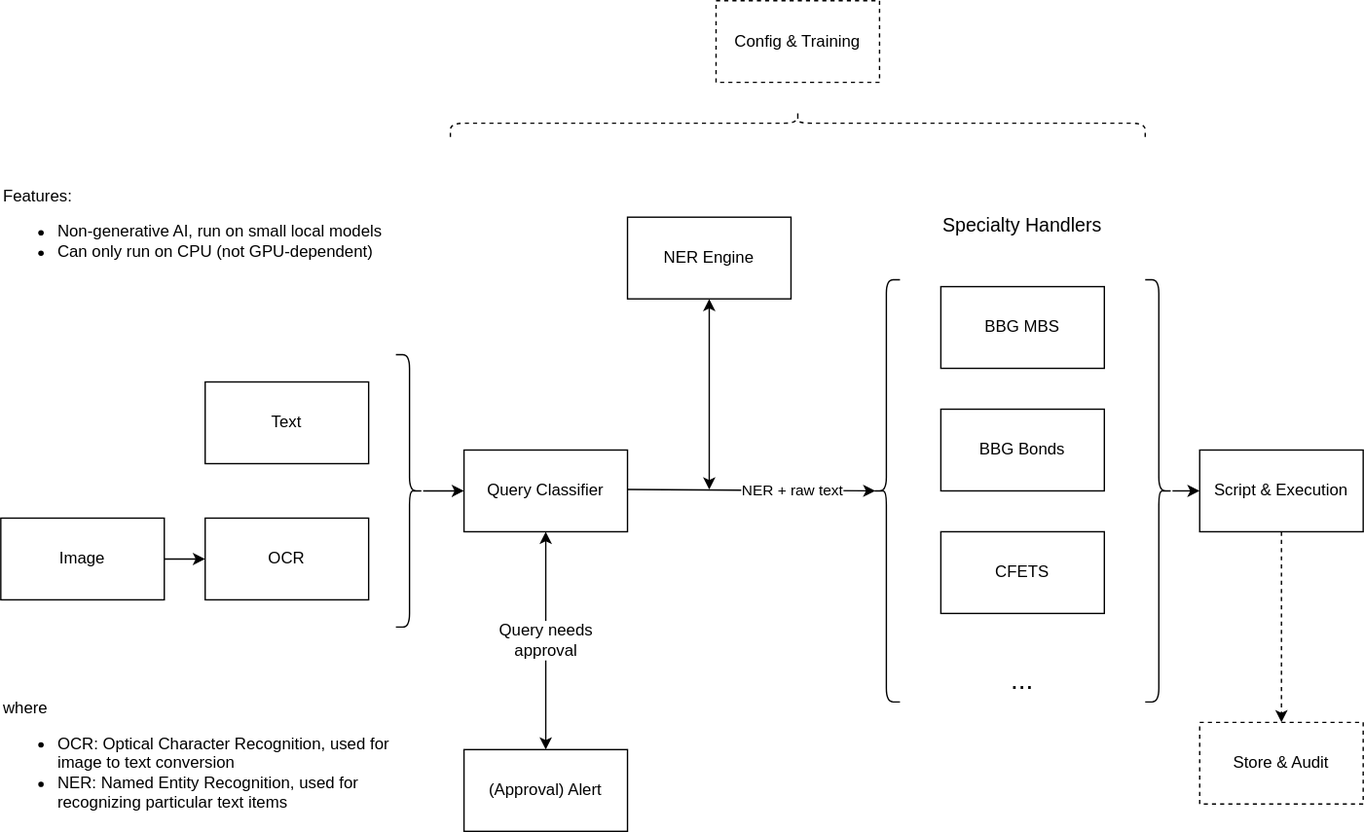
Earlier version of the draw.io export frontend/src/about/architecture.drawio.svg (yuqiii-wang/ocr-sec-info-extract). Source tidied: cells renumbered, new cells last; positions are measured from the earlier drawing's top-left corner, leaving out a move shared by most shapes.
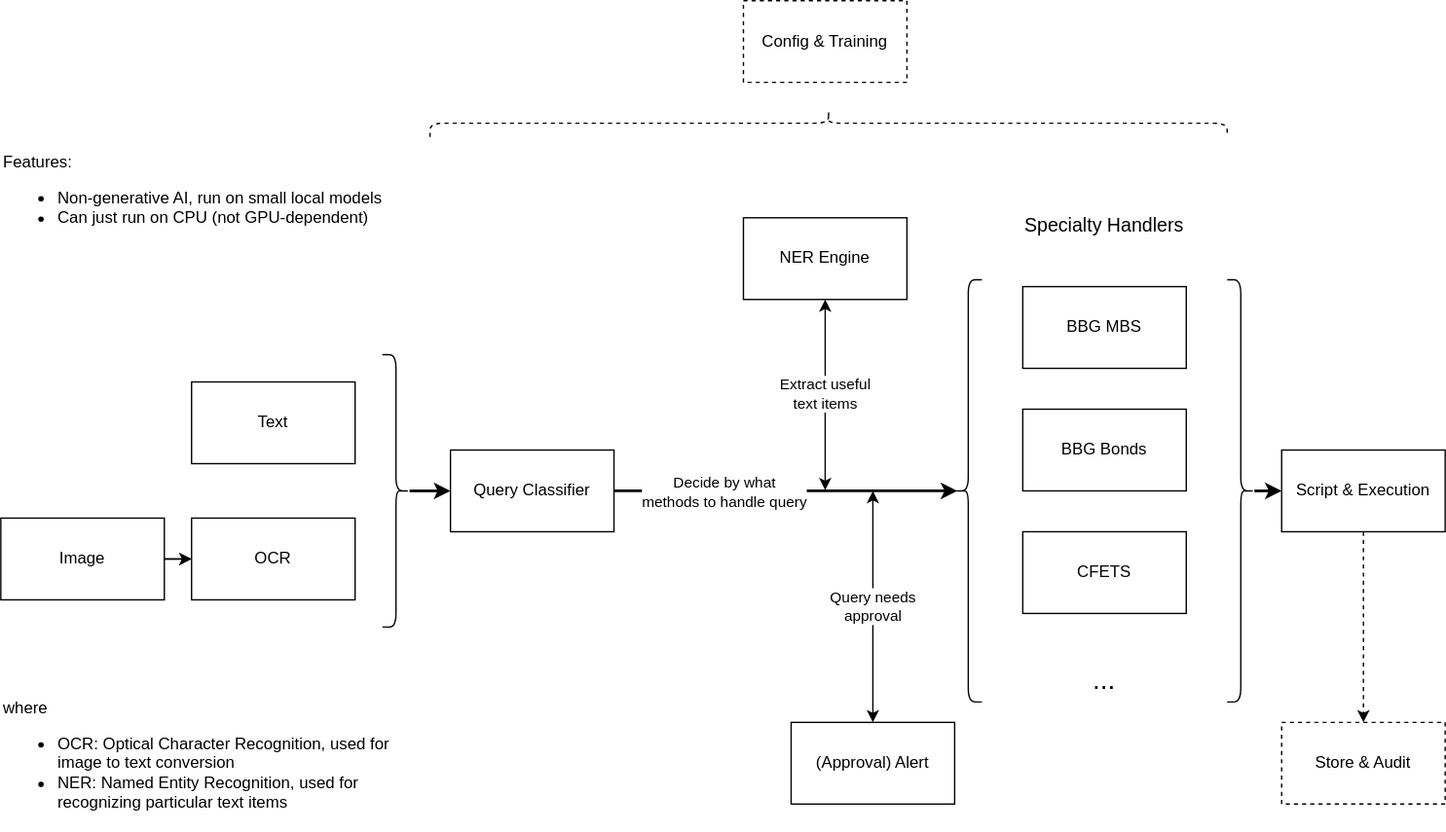
Above is the later version.

Change to the diagram source:
```diff
@@ -4,17 +4,20 @@
     <mxCell id="1" parent="0" />
     <mxCell id="2" style="edgeStyle=none;html=1;fontSize=20;" parent="1" edge="1" target="4">
       <mxGeometry relative="1" as="geometry">
-        <mxPoint x="120" y="575" as="sourcePoint" />
+        <mxPoint x="50" y="575" as="sourcePoint" />
       </mxGeometry>
     </mxCell>
+    <mxCell id="30" style="edgeStyle=none;html=1;labelBackgroundColor=none;strokeWidth=1;fontSize=11;fontColor=#000000;" parent="1" edge="1" source="3" target="4">
+      <mxGeometry relative="1" as="geometry" />
+    </mxCell>
     <mxCell id="3" value="Image" style="rounded=0;whiteSpace=wrap;html=1;" parent="1" vertex="1">
-      <mxGeometry y="545" width="120" height="60" as="geometry" />
+      <mxGeometry x="-60" y="545" width="120" height="60" as="geometry" />
     </mxCell>
     <mxCell id="4" value="OCR" style="rounded=0;whiteSpace=wrap;html=1;" parent="1" vertex="1">
-      <mxGeometry x="150" y="545" width="120" height="60" as="geometry" />
+      <mxGeometry x="80" y="545" width="120" height="60" as="geometry" />
     </mxCell>
     <mxCell id="5" value="Query Classifier" style="rounded=0;whiteSpace=wrap;html=1;" parent="1" vertex="1">
-      <mxGeometry x="340" y="495" width="120" height="60" as="geometry" />
+      <mxGeometry x="270" y="495" width="120" height="60" as="geometry" />
     </mxCell>
     <mxCell id="6" style="shape=curlyBracket;whiteSpace=wrap;html=1;rounded=1;labelPosition=left;verticalLabelPosition=middle;align=right;verticalAlign=middle;" parent="1" vertex="1">
       <mxGeometry x="640" y="370" width="20" height="310" as="geometry" />
@@ -31,7 +34,7 @@
     <mxCell id="10" value="&lt;span style=&quot;font-family: Helvetica; font-style: normal; font-variant-ligatures: normal; font-variant-caps: normal; font-weight: 400; letter-spacing: normal; orphans: 2; text-indent: 0px; text-transform: none; widows: 2; word-spacing: 0px; -webkit-text-stroke-width: 0px; text-decoration-thickness: initial; text-decoration-style: initial; text-decoration-color: initial; float: none; display: inline !important;&quot;&gt;&lt;font color=&quot;#000000&quot; style=&quot;font-size: 20px;&quot;&gt;...&lt;/font&gt;&lt;/span&gt;" style="text;whiteSpace=wrap;html=1;align=center;" parent="1" vertex="1">
       <mxGeometry x="720" y="645" width="60" height="40" as="geometry" />
     </mxCell>
-    <mxCell id="11" style="edgeStyle=none;html=1;fontSize=20;" parent="1" edge="1" source="12" target="14">
+    <mxCell id="11" style="edgeStyle=none;html=1;fontSize=20;strokeWidth=2;" parent="1" edge="1" source="12" target="14">
       <mxGeometry relative="1" as="geometry" />
     </mxCell>
     <mxCell id="12" style="shape=curlyBracket;whiteSpace=wrap;html=1;rounded=1;flipH=1;labelPosition=right;verticalLabelPosition=middle;align=left;verticalAlign=middle;fontSize=20;" parent="1" vertex="1">
@@ -47,51 +50,49 @@
       <mxGeometry x="690" y="315" width="120" height="40" as="geometry" />
     </mxCell>
     <mxCell id="16" value="Text" style="rounded=0;whiteSpace=wrap;html=1;" parent="1" vertex="1">
-      <mxGeometry x="150" y="445" width="120" height="60" as="geometry" />
+      <mxGeometry x="80" y="445" width="120" height="60" as="geometry" />
     </mxCell>
-    <mxCell id="17" style="edgeStyle=none;html=1;" parent="1" edge="1" source="18" target="5">
+    <mxCell id="17" style="edgeStyle=none;html=1;strokeWidth=2;" parent="1" edge="1" source="18" target="5">
       <mxGeometry relative="1" as="geometry" />
     </mxCell>
     <mxCell id="18" style="shape=curlyBracket;whiteSpace=wrap;html=1;rounded=1;flipH=1;labelPosition=right;verticalLabelPosition=middle;align=left;verticalAlign=middle;" parent="1" vertex="1">
-      <mxGeometry x="290" y="425" width="20" height="200" as="geometry" />
+      <mxGeometry x="220" y="425" width="20" height="200" as="geometry" />
     </mxCell>
     <mxCell id="19" value="(Approval) Alert" style="rounded=0;whiteSpace=wrap;html=1;" parent="1" vertex="1">
-      <mxGeometry x="340" y="715" width="120" height="60" as="geometry" />
+      <mxGeometry x="520" y="695" width="120" height="60" as="geometry" />
     </mxCell>
-    <mxCell id="20" value="&lt;span style=&quot;color: rgb(0, 0, 0); font-size: 12px;&quot;&gt;Query needs&lt;/span&gt;&lt;br style=&quot;color: rgb(0, 0, 0); font-size: 12px;&quot;&gt;&lt;span style=&quot;color: rgb(0, 0, 0); font-size: 12px;&quot;&gt;approval&lt;/span&gt;" style="endArrow=classic;startArrow=classic;html=1;exitX=0.5;exitY=0;exitDx=0;exitDy=0;" parent="1" edge="1" source="19">
+    <mxCell id="20" value="&lt;font style=&quot;font-size: 11px;&quot;&gt;&lt;span style=&quot;color: rgb(0, 0, 0);&quot;&gt;Query needs&lt;/span&gt;&lt;br style=&quot;color: rgb(0, 0, 0);&quot;&gt;&lt;span style=&quot;color: rgb(0, 0, 0);&quot;&gt;approval&lt;/span&gt;&lt;/font&gt;" style="endArrow=classic;startArrow=classic;html=1;exitX=0.5;exitY=0;exitDx=0;exitDy=0;" parent="1" edge="1" source="19">
       <mxGeometry relative="1" as="geometry">
-        <mxPoint x="400" y="555" as="targetPoint" />
+        <mxPoint x="580" y="525" as="targetPoint" />
       </mxGeometry>
     </mxCell>
     <mxCell id="21" value="&lt;div&gt;where&lt;/div&gt;&lt;ul&gt;&lt;li&gt;OCR: Optical Character Recognition, used for image to text conversion&lt;/li&gt;&lt;li&gt;NER: Named Entity Recognition, used for recognizing particular text items&lt;/li&gt;&lt;/ul&gt;" style="text;strokeColor=none;fillColor=none;html=1;whiteSpace=wrap;verticalAlign=middle;overflow=hidden;labelBackgroundColor=none;fontColor=#000000;" parent="1" vertex="1">
-      <mxGeometry y="675" width="300" height="100" as="geometry" />
+      <mxGeometry x="-60" y="675" width="300" height="100" as="geometry" />
     </mxCell>
-    <mxCell id="22" value="&lt;div&gt;Features:&lt;/div&gt;&lt;ul&gt;&lt;li&gt;&lt;span style=&quot;background-color: initial;&quot;&gt;Non-generative AI, run on small local models&lt;/span&gt;&lt;/li&gt;&lt;li&gt;Can only run on CPU (not GPU-dependent)&lt;/li&gt;&lt;/ul&gt;" style="text;strokeColor=none;fillColor=none;html=1;whiteSpace=wrap;verticalAlign=middle;overflow=hidden;labelBackgroundColor=none;fontColor=#000000;" parent="1" vertex="1">
-      <mxGeometry y="290" width="300" height="90" as="geometry" />
+    <mxCell id="22" value="&lt;div&gt;Features:&lt;/div&gt;&lt;ul&gt;&lt;li&gt;&lt;span style=&quot;background-color: initial;&quot;&gt;Non-generative AI, run on small local models&lt;/span&gt;&lt;/li&gt;&lt;li&gt;Can just run on CPU (not GPU-dependent)&lt;/li&gt;&lt;/ul&gt;" style="text;strokeColor=none;fillColor=none;html=1;whiteSpace=wrap;verticalAlign=middle;overflow=hidden;labelBackgroundColor=none;fontColor=#000000;" parent="1" vertex="1">
+      <mxGeometry x="-60" y="265" width="300" height="90" as="geometry" />
     </mxCell>
-    <mxCell id="23" style="edgeStyle=none;html=1;entryX=0.1;entryY=0.5;entryDx=0;entryDy=0;entryPerimeter=0;" parent="1" edge="1" target="6">
-      <mxGeometry relative="1" as="geometry">
-        <mxPoint x="460" y="524" as="sourcePoint" />
-      </mxGeometry>
+    <mxCell id="23" style="edgeStyle=none;html=1;entryX=0.1;entryY=0.5;entryDx=0;entryDy=0;entryPerimeter=0;exitX=1;exitY=0.5;exitDx=0;exitDy=0;strokeWidth=2;" parent="1" edge="1" source="5" target="6">
+      <mxGeometry relative="1" as="geometry" />
     </mxCell>
-    <mxCell id="24" value="&lt;font color=&quot;#000000&quot;&gt;NER + raw text&lt;/font&gt;" style="edgeLabel;html=1;align=center;verticalAlign=middle;" parent="23" vertex="1">
+    <mxCell id="24" value="&lt;font color=&quot;#000000&quot;&gt;Decide by what&amp;nbsp;&lt;br&gt;methods to handle query&lt;br&gt;&lt;/font&gt;" style="edgeLabel;html=1;align=center;verticalAlign=middle;" parent="23" vertex="1">
       <mxGeometry x="0.13" y="-3" relative="1" as="geometry">
-        <mxPoint x="18" y="-3" as="offset" />
+        <mxPoint x="-63" y="-3" as="offset" />
       </mxGeometry>
     </mxCell>
-    <mxCell id="25" style="edgeStyle=none;html=1;startArrow=classic;startFill=1;" parent="1" edge="1" source="26">
+    <mxCell id="25" value="&lt;font color=&quot;#000000&quot;&gt;Extract useful&lt;br&gt;text items&lt;/font&gt;" style="edgeStyle=none;html=1;startArrow=classic;startFill=1;" parent="1" edge="1" source="26">
       <mxGeometry relative="1" as="geometry">
-        <mxPoint x="520" y="524" as="targetPoint" />
+        <mxPoint x="545" y="524.4" as="targetPoint" />
       </mxGeometry>
     </mxCell>
     <mxCell id="26" value="NER Engine" style="rounded=0;whiteSpace=wrap;html=1;" parent="1" vertex="1">
-      <mxGeometry x="460" y="324" width="120" height="60" as="geometry" />
+      <mxGeometry x="485" y="324.4" width="120" height="60" as="geometry" />
     </mxCell>
     <mxCell id="27" style="shape=curlyBracket;whiteSpace=wrap;html=1;rounded=1;flipH=1;labelPosition=right;verticalLabelPosition=middle;align=left;verticalAlign=middle;rotation=-90;dashed=1;" parent="1" vertex="1">
-      <mxGeometry x="575" width="20" height="510" as="geometry" />
+      <mxGeometry x="537.5" y="-37.5" width="20" height="585" as="geometry" />
     </mxCell>
     <mxCell id="28" value="Config &amp;amp; Training" style="rounded=0;whiteSpace=wrap;html=1;dashed=1;" parent="1" vertex="1">
-      <mxGeometry x="525" y="165" width="120" height="60" as="geometry" />
+      <mxGeometry x="485" y="165" width="120" height="60" as="geometry" />
     </mxCell>
     <mxCell id="29" value="Store &amp;amp; Audit" style="rounded=0;whiteSpace=wrap;html=1;dashed=1;" parent="1" vertex="1">
       <mxGeometry x="880" y="695" width="120" height="60" as="geometry" />
```
